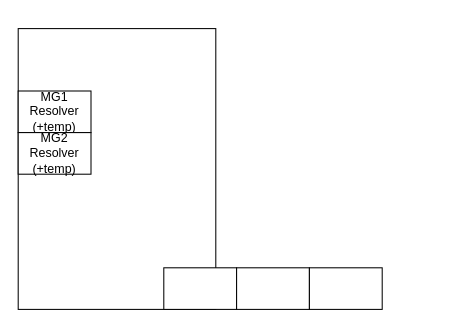
This is Drawings and Diagrams/Components/GS450h transmission electric hookup basic.drawio from Burritobun/EV-Yata, a draw.io file, before an edit. Source tidied: cells renumbered, new cells numbered last; positions are measured from the earlier drawing's top-left corner, leaving out a move shared by most shapes. Both pictures are drawn from the tidied source at 104%, with x=0, y=0 at pixel (18, 28).
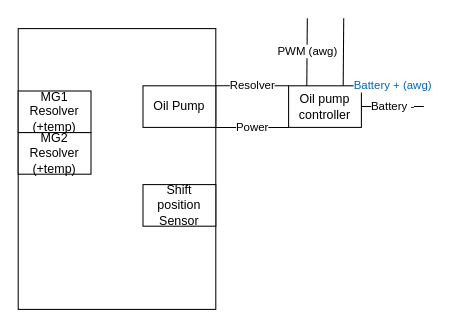
The same diagram, later.

Diff of the diagram source:
```diff
@@
 <mxGraphModel>
   <root>
     <mxCell id="0" />
     <mxCell id="1" parent="0" />
     <mxCell id="2" style="rounded=0;whiteSpace=wrap;html=1;" parent="1" vertex="1">
       <mxGeometry width="190" height="270" as="geometry" />
     </mxCell>
-    <mxCell id="3" style="rounded=0;whiteSpace=wrap;html=1;" parent="1" vertex="1">
+    <mxCell id="3" value="MG1 Resolver (+temp)" style="rounded=0;whiteSpace=wrap;html=1;" parent="1" vertex="1">
       <mxGeometry y="60" width="70" height="40" as="geometry" />
     </mxCell>
-    <mxCell id="4" value="MG1 Resolver (+temp)" style="text;html=1;strokeColor=none;fillColor=none;align=center;verticalAlign=middle;whiteSpace=wrap;rounded=0;" parent="1" vertex="1">
-      <mxGeometry x="5" y="65" width="60" height="30" as="geometry" />
-    </mxCell>
-    <mxCell id="5" style="rounded=0;whiteSpace=wrap;html=1;" parent="1" vertex="1">
-      <mxGeometry x="140" y="230" width="70" height="40" as="geometry" />
+    <mxCell id="5" value="Shift position Sensor" style="rounded=0;whiteSpace=wrap;html=1;" parent="1" vertex="1">
+      <mxGeometry x="120" y="150" width="70" height="40" as="geometry" />
     </mxCell>
     <mxCell id="6" value="MG2 Resolver (+temp)" style="rounded=0;whiteSpace=wrap;html=1;" parent="1" vertex="1">
       <mxGeometry y="100" width="70" height="40" as="geometry" />
     </mxCell>
-    <mxCell id="7" style="rounded=0;whiteSpace=wrap;html=1;" parent="1" vertex="1">
-      <mxGeometry x="210" y="230" width="70" height="40" as="geometry" />
+    <mxCell id="7" value="Oil Pump" style="rounded=0;whiteSpace=wrap;html=1;" parent="1" vertex="1">
+      <mxGeometry x="120" y="55" width="70" height="40" as="geometry" />
     </mxCell>
-    <mxCell id="8" style="rounded=0;whiteSpace=wrap;html=1;" parent="1" vertex="1">
-      <mxGeometry x="280" y="230" width="70" height="40" as="geometry" />
+    <mxCell id="8" value="Oil pump controller" style="rounded=0;whiteSpace=wrap;html=1;" parent="1" vertex="1">
+      <mxGeometry x="260" y="55" width="70" height="40" as="geometry" />
     </mxCell>
+    <mxCell id="9" value="Resolver" style="endArrow=none;html=1;rounded=0;exitX=1;exitY=0;exitDx=0;exitDy=0;entryX=0;entryY=0;entryDx=0;entryDy=0;" parent="1" edge="1" source="7" target="8">
+      <mxGeometry relative="1" as="geometry" />
+    </mxCell>
+    <mxCell id="10" value="Power" style="endArrow=none;html=1;rounded=0;exitX=1;exitY=1;exitDx=0;exitDy=0;entryX=0;entryY=1;entryDx=0;entryDy=0;" parent="1" edge="1" source="7" target="8">
+      <mxGeometry relative="1" as="geometry" />
+    </mxCell>
+    <mxCell id="11" value="Battery -" style="endArrow=none;html=1;rounded=0;exitX=1;exitY=0.5;exitDx=0;exitDy=0;" parent="1" edge="1" source="8">
+      <mxGeometry relative="1" as="geometry">
+        <mxPoint x="390" y="75" as="targetPoint" />
+      </mxGeometry>
+    </mxCell>
+    <mxCell id="12" value="Battery + (awg)" style="endArrow=none;html=1;rounded=0;exitX=1;exitY=0;exitDx=0;exitDy=0;fontColor=#0066CC;" parent="1" edge="1" source="8">
+      <mxGeometry relative="1" as="geometry">
+        <mxPoint x="390" y="55" as="targetPoint" />
+      </mxGeometry>
+    </mxCell>
+    <mxCell id="13" value="PWM (awg)" style="endArrow=none;html=1;rounded=0;fontColor=#000000;exitX=0.25;exitY=0;exitDx=0;exitDy=0;" parent="1" edge="1" source="8">
+      <mxGeometry relative="1" as="geometry">
+        <mxPoint x="278" y="-10" as="targetPoint" />
+      </mxGeometry>
+    </mxCell>
+    <mxCell id="14" style="endArrow=none;html=1;rounded=0;fontColor=#000000;exitX=0.75;exitY=0;exitDx=0;exitDy=0;" parent="1" edge="1" source="8">
+      <mxGeometry relative="1" as="geometry">
+        <mxPoint x="313" y="-10" as="targetPoint" />
+      </mxGeometry>
+    </mxCell>
   </root>
 </mxGraphModel>
```
